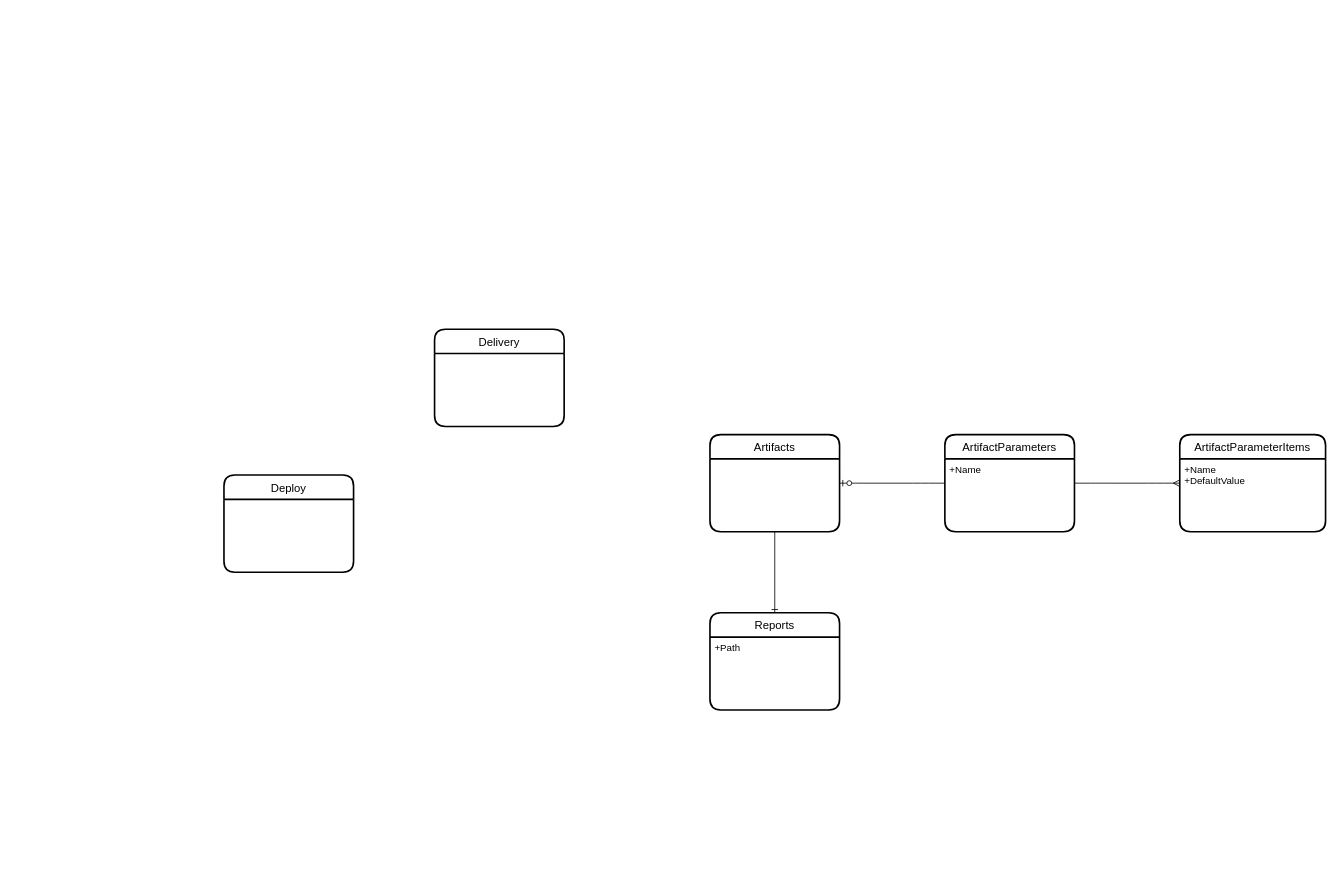
chavp/data-modeling keeps this draw.io diagram as Deliveries Models.drawio. Above is the earlier version. Source tidied: cells renumbered, new cells numbered last; positions are measured from the earlier drawing's top-left corner, leaving out a move shared by most shapes. Both pictures are drawn from the tidied source at 81%, with x=0, y=0 at pixel (224, 329).
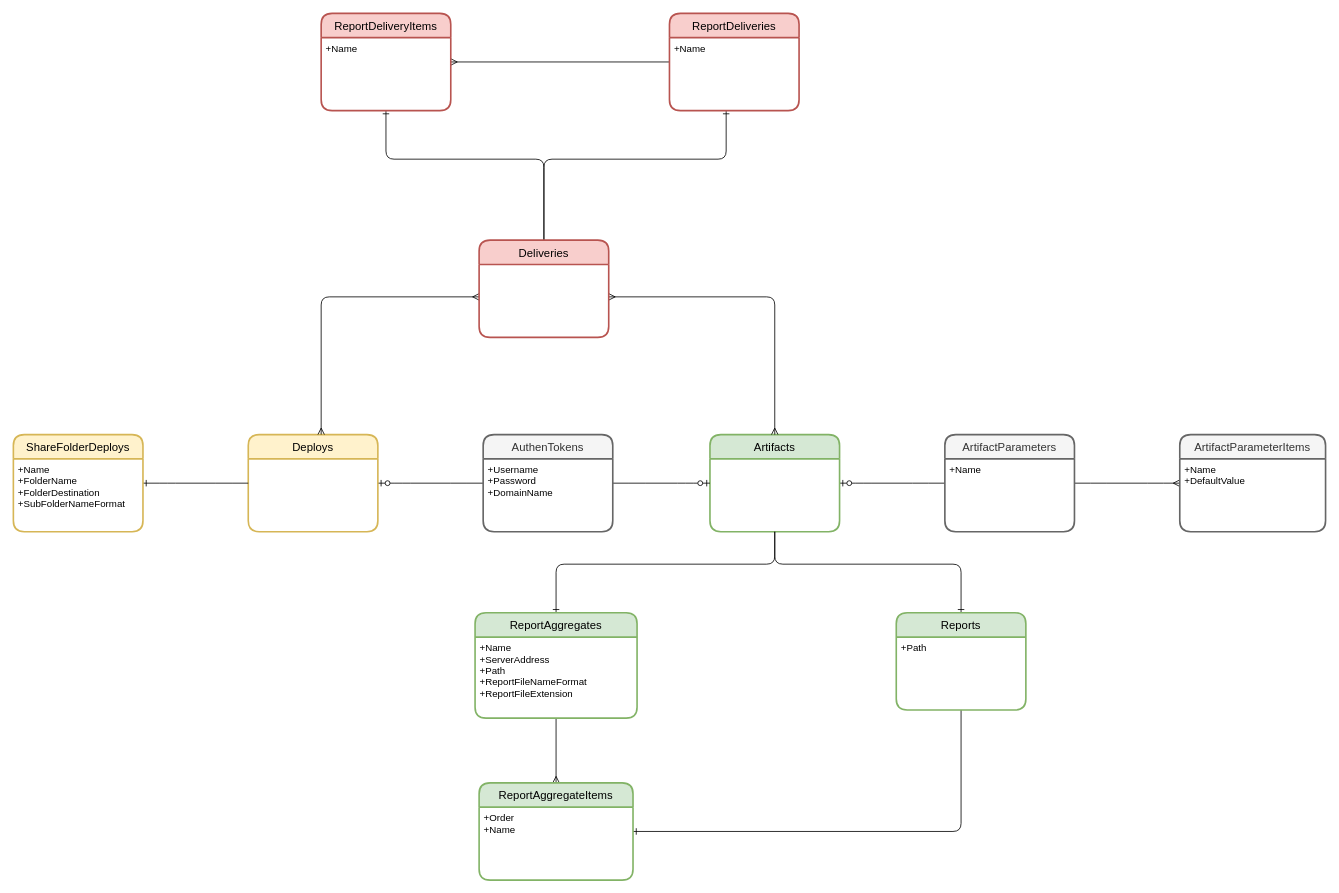
Above is the later version.

What changed in the source:
```diff
@@
-    <mxCell id="4" value="Artifacts" style="swimlane;horizontal=1;startSize=30;rounded=1;fontSize=14;fontStyle=0;strokeWidth=2;shadow=0;dashed=0;align=center;" parent="1" vertex="1">
+    <mxCell id="4" value="Artifacts" style="swimlane;horizontal=1;startSize=30;rounded=1;fontSize=14;fontStyle=0;strokeWidth=2;shadow=0;dashed=0;align=center;fillColor=#d5e8d4;strokeColor=#82b366;" parent="1" vertex="1">
       <mxGeometry x="600" y="130" width="160" height="120" as="geometry" />
     </mxCell>
-    <mxCell id="5" value="ArtifactParameterItems" style="swimlane;horizontal=1;startSize=30;rounded=1;fontSize=14;fontStyle=0;strokeWidth=2;shadow=0;dashed=0;align=center;" parent="1" vertex="1">
+    <mxCell id="5" value="ArtifactParameterItems" style="swimlane;horizontal=1;startSize=30;rounded=1;fontSize=14;fontStyle=0;strokeWidth=2;shadow=0;dashed=0;align=center;fillColor=#f5f5f5;strokeColor=#666666;fontColor=#333333;" parent="1" vertex="1">
       <mxGeometry x="1180" y="130" width="180" height="120" as="geometry" />
     </mxCell>
@@
-    <mxCell id="7" value="ArtifactParameters" style="swimlane;horizontal=1;startSize=30;rounded=1;fontSize=14;fontStyle=0;strokeWidth=2;shadow=0;dashed=0;align=center;" parent="1" vertex="1">
+    <mxCell id="7" value="ArtifactParameters" style="swimlane;horizontal=1;startSize=30;rounded=1;fontSize=14;fontStyle=0;strokeWidth=2;shadow=0;dashed=0;align=center;fillColor=#f5f5f5;strokeColor=#666666;fontColor=#333333;" parent="1" vertex="1">
       <mxGeometry x="890" y="130" width="160" height="120" as="geometry" />
     </mxCell>
@@
-    <mxCell id="9" value="Delivery" style="swimlane;horizontal=1;startSize=30;rounded=1;fontSize=14;fontStyle=0;strokeWidth=2;shadow=0;dashed=0;align=center;" parent="1" vertex="1">
-      <mxGeometry x="260" width="160" height="120" as="geometry" />
-    </mxCell>
+    <mxCell id="11" style="edgeStyle=orthogonalEdgeStyle;fontSize=12;html=1;endArrow=ERone;endFill=1;" parent="1" edge="1" source="4" target="12">
+      <mxGeometry relative="1" as="geometry">
+        <Array as="points">
+          <mxPoint x="680" y="290" />
+          <mxPoint x="910" y="290" />
+        </Array>
+      </mxGeometry>
+    </mxCell>
+    <mxCell id="14" style="edgeStyle=entityRelationEdgeStyle;fontSize=12;html=1;endArrow=ERzeroToOne;endFill=1;" parent="1" edge="1" source="24" target="4">
+      <mxGeometry relative="1" as="geometry" />
+    </mxCell>
+    <mxCell id="15" style="edgeStyle=entityRelationEdgeStyle;fontSize=12;html=1;endArrow=ERzeroToOne;endFill=1;" parent="1" edge="1" source="24" target="10">
+      <mxGeometry relative="1" as="geometry" />
+    </mxCell>
-    <mxCell id="10" value="Deploy" style="swimlane;horizontal=1;startSize=30;rounded=1;fontSize=14;fontStyle=0;strokeWidth=2;shadow=0;dashed=0;align=center;" parent="1" vertex="1">
-      <mxGeometry y="180" width="160" height="120" as="geometry" />
+    <mxCell id="10" value="Deploys" style="swimlane;horizontal=1;startSize=30;rounded=1;fontSize=14;fontStyle=0;strokeWidth=2;shadow=0;dashed=0;align=center;fillColor=#fff2cc;strokeColor=#d6b656;" parent="1" vertex="1">
+      <mxGeometry x="30" y="130" width="160" height="120" as="geometry" />
     </mxCell>
-    <mxCell id="11" style="edgeStyle=orthogonalEdgeStyle;fontSize=12;html=1;endArrow=ERone;endFill=1;" parent="1" edge="1" source="4" target="12">
-      <mxGeometry relative="1" as="geometry" />
-    </mxCell>
+    <mxCell id="16" style="edgeStyle=orthogonalEdgeStyle;fontSize=12;html=1;endArrow=ERone;endFill=1;" parent="1" edge="1" source="4" target="29">
+      <mxGeometry relative="1" as="geometry">
+        <Array as="points">
+          <mxPoint x="680" y="290" />
+          <mxPoint x="410" y="290" />
+        </Array>
+      </mxGeometry>
+    </mxCell>
+    <mxCell id="17" style="edgeStyle=orthogonalEdgeStyle;fontSize=12;html=1;endArrow=ERmany;" parent="1" edge="1" source="29" target="31">
+      <mxGeometry relative="1" as="geometry" />
+    </mxCell>
+    <mxCell id="18" style="edgeStyle=orthogonalEdgeStyle;fontSize=12;html=1;endArrow=ERone;endFill=1;" parent="1" edge="1" source="12" target="31">
+      <mxGeometry relative="1" as="geometry">
+        <Array as="points">
+          <mxPoint x="910" y="620" />
+        </Array>
+      </mxGeometry>
+    </mxCell>
+    <mxCell id="19" style="edgeStyle=orthogonalEdgeStyle;fontSize=12;html=1;endArrow=ERone;endFill=1;" parent="1" edge="1" source="9" target="35">
+      <mxGeometry relative="1" as="geometry">
+        <Array as="points">
+          <mxPoint x="395" y="-210" />
+          <mxPoint x="620" y="-210" />
+        </Array>
+      </mxGeometry>
+    </mxCell>
+    <mxCell id="20" style="edgeStyle=orthogonalEdgeStyle;fontSize=12;html=1;endArrow=ERone;endFill=1;" parent="1" edge="1" source="9" target="33">
+      <mxGeometry relative="1" as="geometry">
+        <Array as="points">
+          <mxPoint x="395" y="-210" />
+          <mxPoint x="200" y="-210" />
+        </Array>
+      </mxGeometry>
+    </mxCell>
+    <mxCell id="21" style="edgeStyle=orthogonalEdgeStyle;fontSize=12;html=1;endArrow=ERmany;" parent="1" edge="1" source="35" target="33">
+      <mxGeometry relative="1" as="geometry" />
+    </mxCell>
+    <mxCell id="22" style="edgeStyle=orthogonalEdgeStyle;fontSize=12;html=1;endArrow=ERmany;startArrow=ERmany;" parent="1" edge="1" source="4" target="9">
+      <mxGeometry relative="1" as="geometry">
+        <Array as="points">
+          <mxPoint x="680" y="-40" />
+        </Array>
+      </mxGeometry>
+    </mxCell>
+    <mxCell id="23" style="edgeStyle=orthogonalEdgeStyle;fontSize=12;html=1;endArrow=ERmany;startArrow=ERmany;" parent="1" edge="1" source="10" target="9">
+      <mxGeometry relative="1" as="geometry">
+        <Array as="points">
+          <mxPoint x="120" y="-40" />
+        </Array>
+      </mxGeometry>
+    </mxCell>
+    <mxCell id="24" value="AuthenTokens" style="swimlane;horizontal=1;startSize=30;rounded=1;fontSize=14;fontStyle=0;strokeWidth=2;shadow=0;dashed=0;align=center;fillColor=#f5f5f5;strokeColor=#666666;fontColor=#333333;" parent="1" vertex="1">
+      <mxGeometry x="320" y="130" width="160" height="120" as="geometry" />
+    </mxCell>
+    <mxCell id="25" value="+Username&#10;+Password&#10;+DomainName&#10;&#10;" style="align=left;strokeColor=none;fillColor=none;spacingLeft=4;fontSize=12;verticalAlign=top;" parent="24" vertex="1">
+      <mxGeometry y="30" width="160" height="90" as="geometry" />
+    </mxCell>
+    <mxCell id="26" style="edgeStyle=entityRelationEdgeStyle;fontSize=12;html=1;endArrow=ERone;endFill=1;" parent="1" edge="1" source="10" target="27">
+      <mxGeometry relative="1" as="geometry" />
+    </mxCell>
+    <mxCell id="27" value="ShareFolderDeploys" style="swimlane;horizontal=1;startSize=30;rounded=1;fontSize=14;fontStyle=0;strokeWidth=2;shadow=0;dashed=0;align=center;fillColor=#fff2cc;strokeColor=#d6b656;" parent="1" vertex="1">
+      <mxGeometry x="-260" y="130" width="160" height="120" as="geometry" />
+    </mxCell>
+    <mxCell id="28" value="+Name&#10;+FolderName&#10;+FolderDestination&#10;+SubFolderNameFormat&#10;&#10;" style="align=left;strokeColor=none;fillColor=none;spacingLeft=4;fontSize=12;verticalAlign=top;" parent="27" vertex="1">
+      <mxGeometry y="30" width="160" height="90" as="geometry" />
+    </mxCell>
+    <mxCell id="29" value="ReportAggregates" style="swimlane;horizontal=1;startSize=30;rounded=1;fontSize=14;fontStyle=0;strokeWidth=2;shadow=0;dashed=0;align=center;fillColor=#d5e8d4;strokeColor=#82b366;" parent="1" vertex="1">
+      <mxGeometry x="310" y="350" width="200" height="130" as="geometry" />
+    </mxCell>
+    <mxCell id="30" value="+Name&#10;+ServerAddress&#10;+Path&#10;+ReportFileNameFormat&#10;+ReportFileExtension&#10;" style="align=left;strokeColor=none;fillColor=none;spacingLeft=4;fontSize=12;verticalAlign=top;" parent="29" vertex="1">
+      <mxGeometry y="30" width="200" height="100" as="geometry" />
+    </mxCell>
+    <mxCell id="31" value="ReportAggregateItems" style="swimlane;horizontal=1;startSize=30;rounded=1;fontSize=14;fontStyle=0;strokeWidth=2;shadow=0;dashed=0;align=center;fillColor=#d5e8d4;strokeColor=#82b366;" parent="1" vertex="1">
+      <mxGeometry x="315" y="560" width="190" height="120" as="geometry" />
+    </mxCell>
+    <mxCell id="32" value="+Order&#10;+Name&#10;&#10;" style="align=left;strokeColor=none;fillColor=none;spacingLeft=4;fontSize=12;verticalAlign=top;" parent="31" vertex="1">
+      <mxGeometry y="30" width="190" height="90" as="geometry" />
+    </mxCell>
-    <mxCell id="12" value="Reports" style="swimlane;horizontal=1;startSize=30;rounded=1;fontSize=14;fontStyle=0;strokeWidth=2;shadow=0;dashed=0;align=center;" parent="1" vertex="1">
-      <mxGeometry x="600" y="350" width="160" height="120" as="geometry" />
+    <mxCell id="12" value="Reports" style="swimlane;horizontal=1;startSize=30;rounded=1;fontSize=14;fontStyle=0;strokeWidth=2;shadow=0;dashed=0;align=center;fillColor=#d5e8d4;strokeColor=#82b366;" parent="1" vertex="1">
+      <mxGeometry x="830" y="350" width="160" height="120" as="geometry" />
     </mxCell>
@@
+    <mxCell id="33" value="ReportDeliveryItems" style="swimlane;horizontal=1;startSize=30;rounded=1;fontSize=14;fontStyle=0;strokeWidth=2;shadow=0;dashed=0;align=center;fillColor=#f8cecc;strokeColor=#b85450;" parent="1" vertex="1">
+      <mxGeometry x="120" y="-390" width="160" height="120" as="geometry" />
+    </mxCell>
+    <mxCell id="34" value="+Name&#10;" style="align=left;strokeColor=none;fillColor=none;spacingLeft=4;fontSize=12;verticalAlign=top;" parent="33" vertex="1">
+      <mxGeometry y="30" width="160" height="90" as="geometry" />
+    </mxCell>
+    <mxCell id="35" value="ReportDeliveries" style="swimlane;horizontal=1;startSize=30;rounded=1;fontSize=14;fontStyle=0;strokeWidth=2;shadow=0;dashed=0;align=center;fillColor=#f8cecc;strokeColor=#b85450;" parent="1" vertex="1">
+      <mxGeometry x="550" y="-390" width="160" height="120" as="geometry" />
+    </mxCell>
+    <mxCell id="36" value="+Name&#10;" style="align=left;strokeColor=none;fillColor=none;spacingLeft=4;fontSize=12;verticalAlign=top;" parent="35" vertex="1">
+      <mxGeometry y="30" width="160" height="90" as="geometry" />
+    </mxCell>
+    <mxCell id="9" value="Deliveries" style="swimlane;horizontal=1;startSize=30;rounded=1;fontSize=14;fontStyle=0;strokeWidth=2;shadow=0;dashed=0;align=center;fillColor=#f8cecc;strokeColor=#b85450;" parent="1" vertex="1">
+      <mxGeometry x="315" y="-110" width="160" height="120" as="geometry" />
+    </mxCell>
```
